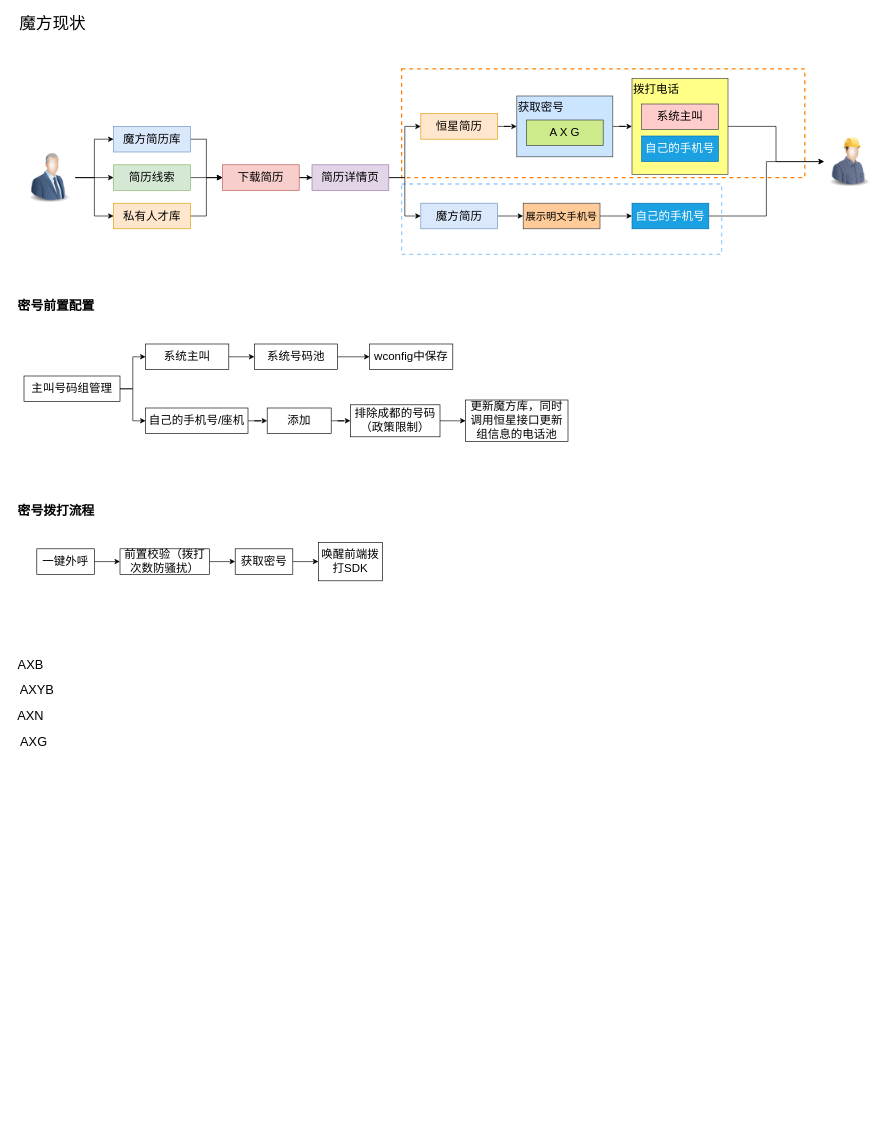
LuOyEbY/draw-b keeps this draw.io diagram as 魔方简历密号体系建设.drawio. Above is the earlier version. Source tidied: cells renumbered, new cells numbered last; positions are measured from the earlier drawing's top-left corner, leaving out a move shared by most shapes. Both pictures are drawn from the tidied source at 64%, with x=0, y=0 at pixel (11, 11).
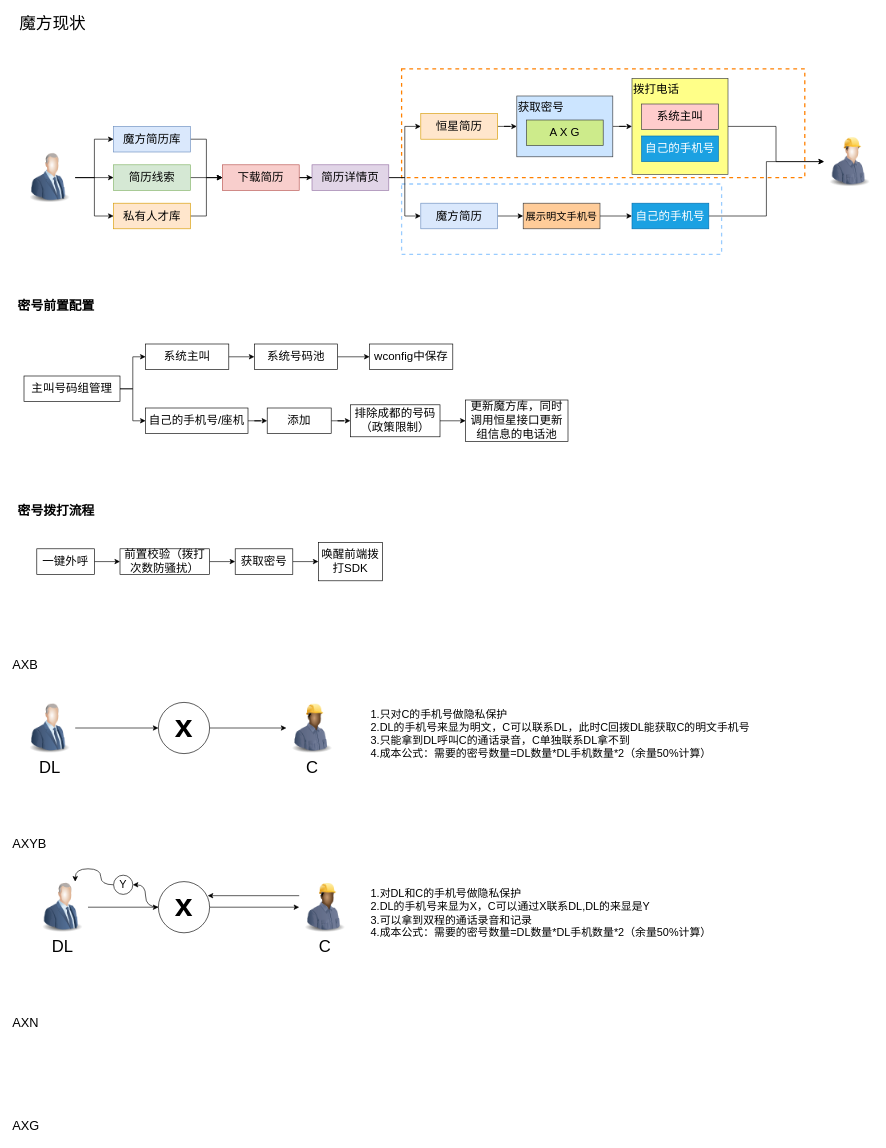
The same page after the edit.

Commit message:
更新魔方简历密号体系建设.drawio

Diff of the diagram source:
```diff
@@
-    <mxCell id="60" value="AXB" style="text;html=1;align=center;verticalAlign=middle;strokeColor=none;fillColor=none;fontSize=20;" parent="1" vertex="1">
+    <mxCell id="60" value="AXB" style="text;html=1;align=left;verticalAlign=middle;strokeColor=none;fillColor=none;fontSize=20;" parent="1" vertex="1">
       <mxGeometry y="1000" width="60" height="40" as="geometry" />
     </mxCell>
-    <mxCell id="61" value="AXYB" style="text;html=1;align=center;verticalAlign=middle;strokeColor=none;fillColor=none;fontSize=20;" parent="1" vertex="1">
-      <mxGeometry y="1040" width="80" height="40" as="geometry" />
+    <mxCell id="61" value="AXYB" style="text;html=1;align=left;verticalAlign=middle;strokeColor=none;fillColor=none;fontSize=20;" parent="1" vertex="1">
+      <mxGeometry y="1280" width="80" height="40" as="geometry" />
     </mxCell>
-    <mxCell id="62" value="AXN" style="text;html=1;align=center;verticalAlign=middle;strokeColor=none;fillColor=none;fontSize=20;" parent="1" vertex="1">
-      <mxGeometry y="1080" width="60" height="40" as="geometry" />
+    <mxCell id="62" value="AXN" style="text;html=1;align=left;verticalAlign=middle;strokeColor=none;fillColor=none;fontSize=20;" parent="1" vertex="1">
+      <mxGeometry y="1560" width="60" height="40" as="geometry" />
     </mxCell>
-    <mxCell id="63" value="AXG" style="text;html=1;align=center;verticalAlign=middle;strokeColor=none;fillColor=none;fontSize=20;" parent="1" vertex="1">
-      <mxGeometry y="1120" width="70" height="40" as="geometry" />
+    <mxCell id="63" value="AXG" style="text;html=1;align=left;verticalAlign=middle;strokeColor=none;fillColor=none;fontSize=20;" parent="1" vertex="1">
+      <mxGeometry y="1720" width="70" height="40" as="geometry" />
     </mxCell>
+    <mxCell id="64" style="edgeStyle=orthogonalEdgeStyle;rounded=0;jettySize=auto;html=1;entryX=0;entryY=0.5;entryDx=0;entryDy=0;" parent="1" edge="1" source="65" target="68">
+      <mxGeometry relative="1" as="geometry" />
+    </mxCell>
+    <mxCell id="65" value="DL" style="image;html=1;image=img/lib/clip_art/people/Suit_Man_Blue_128x128.png;fontSize=26;" parent="1" vertex="1">
+      <mxGeometry x="20" y="1080" width="80" height="80" as="geometry" />
+    </mxCell>
+    <mxCell id="66" value="C" style="image;html=1;image=img/lib/clip_art/people/Construction_Worker_Man_Black_128x128.png;fontSize=26;" parent="1" vertex="1">
+      <mxGeometry x="430" y="1080" width="80" height="80" as="geometry" />
+    </mxCell>
+    <mxCell id="67" style="edgeStyle=orthogonalEdgeStyle;rounded=0;jettySize=auto;html=1;" parent="1" edge="1" source="68" target="66">
+      <mxGeometry relative="1" as="geometry" />
+    </mxCell>
+    <mxCell id="68" value="x" style="ellipse;whiteSpace=wrap;html=1;fontSize=50;fontStyle=1;align=center;verticalAlign=top;" parent="1" vertex="1">
+      <mxGeometry x="230" y="1080" width="80" height="80" as="geometry" />
+    </mxCell>
+    <mxCell id="69" value="1.只对C的手机号做隐私保护&lt;br style=&quot;font-size: 17px;&quot;&gt;2.DL的手机号来显为明文，C可以联系DL，此时C回拨DL能获取C的明文手机号&lt;br&gt;3.只能拿到DL呼叫C的通话录音，C单独联系DL拿不到&lt;div&gt;4.成本公式：需要的密号数量=DL数量*DL手机数量*2（余量50%计算）&lt;/div&gt;" style="text;html=1;align=left;verticalAlign=middle;whiteSpace=wrap;rounded=0;fontSize=17;" parent="1" vertex="1">
+      <mxGeometry x="560" y="1080" width="610" height="100" as="geometry" />
+    </mxCell>
+    <mxCell id="70" style="edgeStyle=orthogonalEdgeStyle;rounded=0;jettySize=auto;html=1;entryX=0;entryY=0.5;entryDx=0;entryDy=0;" parent="1" edge="1" source="71" target="75">
+      <mxGeometry relative="1" as="geometry" />
+    </mxCell>
+    <mxCell id="71" value="DL" style="image;html=1;image=img/lib/clip_art/people/Suit_Man_Blue_128x128.png;fontSize=26;" parent="1" vertex="1">
+      <mxGeometry x="40" y="1360" width="80" height="80" as="geometry" />
+    </mxCell>
+    <mxCell id="72" value="C" style="image;html=1;image=img/lib/clip_art/people/Construction_Worker_Man_Black_128x128.png;fontSize=26;" parent="1" vertex="1">
+      <mxGeometry x="450" y="1360" width="80" height="80" as="geometry" />
+    </mxCell>
+    <mxCell id="73" style="edgeStyle=orthogonalEdgeStyle;rounded=0;jettySize=auto;html=1;" parent="1" edge="1" source="75" target="72">
+      <mxGeometry relative="1" as="geometry" />
+    </mxCell>
+    <mxCell id="74" style="edgeStyle=orthogonalEdgeStyle;rounded=0;jettySize=auto;html=1;entryX=1;entryY=0.5;entryDx=0;entryDy=0;curved=1;" parent="1" edge="1" source="75" target="77">
+      <mxGeometry relative="1" as="geometry" />
+    </mxCell>
+    <mxCell id="75" value="x" style="ellipse;whiteSpace=wrap;html=1;fontSize=50;fontStyle=1;align=center;verticalAlign=top;" parent="1" vertex="1">
+      <mxGeometry x="230" y="1360" width="80" height="80" as="geometry" />
+    </mxCell>
+    <mxCell id="76" style="edgeStyle=orthogonalEdgeStyle;rounded=0;jettySize=auto;html=1;entryX=0.75;entryY=0;entryDx=0;entryDy=0;curved=1;" parent="1" edge="1" source="77" target="71">
+      <mxGeometry relative="1" as="geometry" />
+    </mxCell>
+    <mxCell id="77" value="Y" style="ellipse;whiteSpace=wrap;html=1;fontSize=17;" parent="1" vertex="1">
+      <mxGeometry x="160" y="1350" width="30" height="30" as="geometry" />
+    </mxCell>
+    <mxCell id="78" style="edgeStyle=orthogonalEdgeStyle;rounded=0;jettySize=auto;html=1;entryX=0.963;entryY=0.275;entryDx=0;entryDy=0;entryPerimeter=0;" parent="1" edge="1" source="72" target="75">
+      <mxGeometry relative="1" as="geometry">
+        <Array as="points">
+          <mxPoint x="420" y="1382" />
+          <mxPoint x="420" y="1382" />
+        </Array>
+      </mxGeometry>
+    </mxCell>
+    <mxCell id="79" value="1.对DL和C的手机号做隐私保护&lt;br style=&quot;font-size: 17px;&quot;&gt;2.DL的手机号来显为X，C可以通过X联系DL,DL的来显是Y&lt;br&gt;3.可以拿到双程的通话录音和记录&lt;div&gt;4.成本公式：需要的密号数量=DL数量*DL手机数量*2（余量50%计算）&lt;/div&gt;" style="text;html=1;align=left;verticalAlign=middle;whiteSpace=wrap;rounded=0;fontSize=17;" parent="1" vertex="1">
+      <mxGeometry x="560" y="1360" width="580" height="100" as="geometry" />
+    </mxCell>
```
